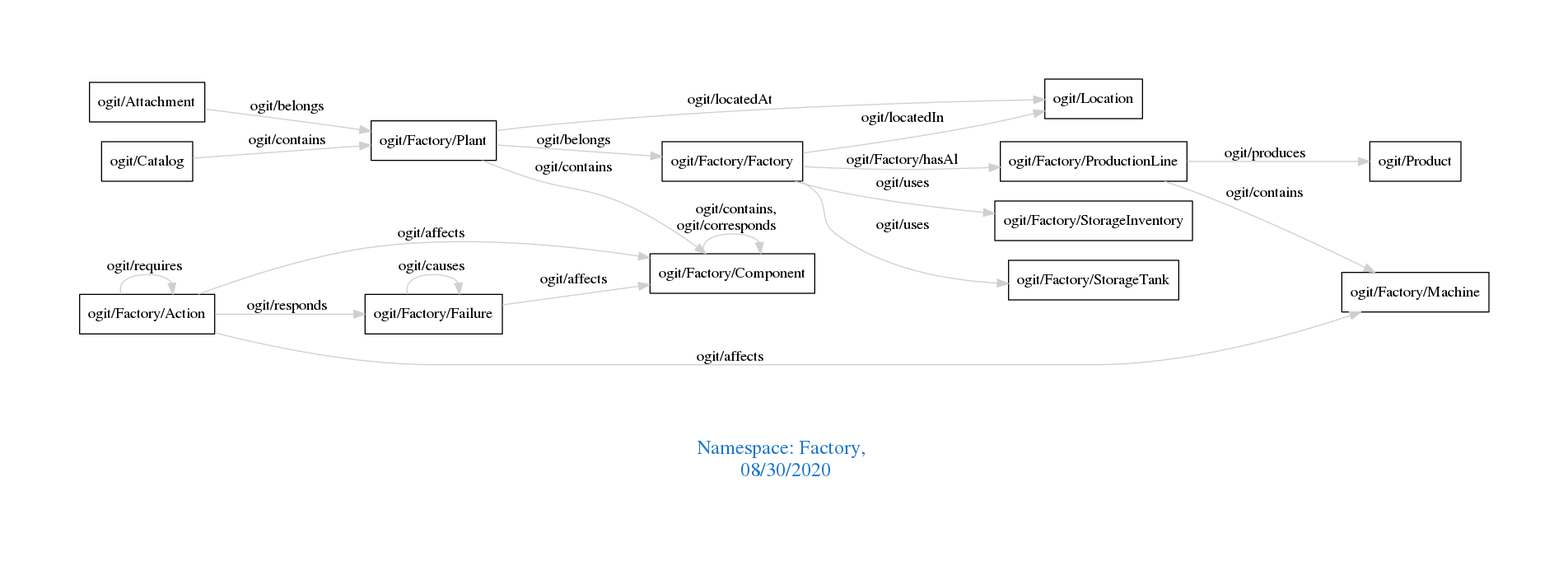
This is downloads/Factory.png from arago/OGIT, a Graphviz export, as it was before one commit. Its source is kept beside it as downloads/Factory.dot.
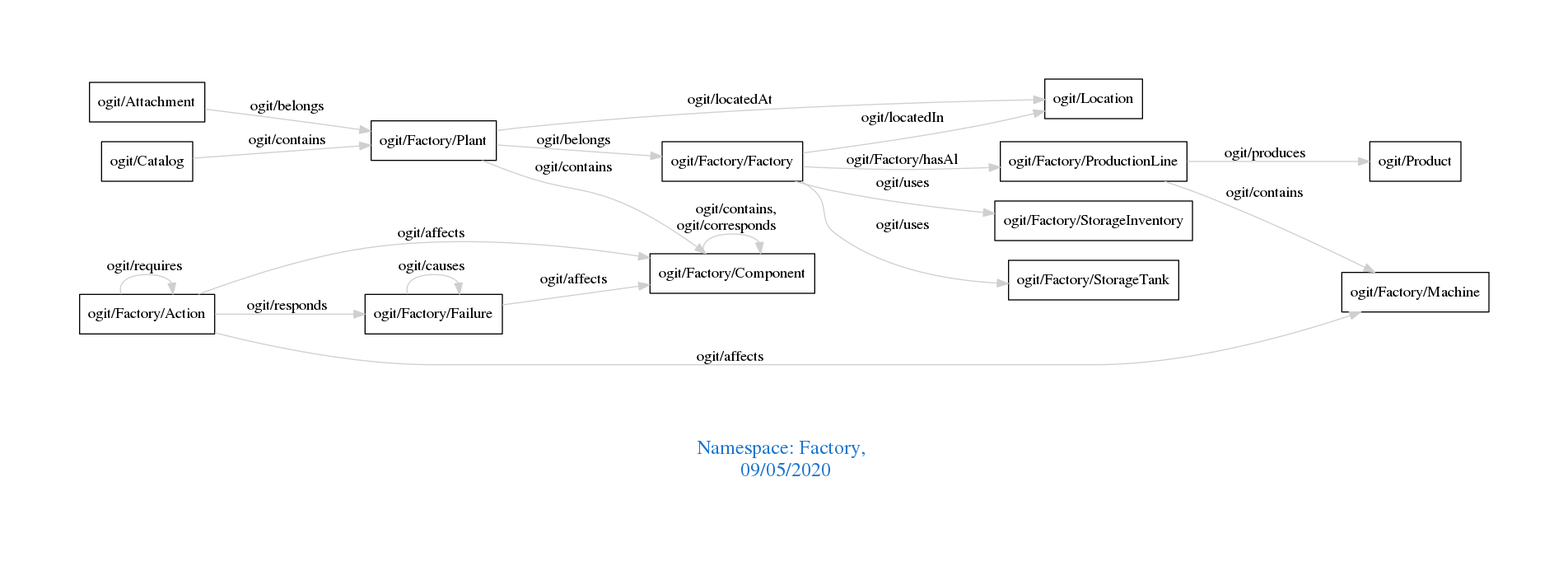
After the change.

The edit, as a diff of the source:
```diff
@@ -1,7 +1,7 @@
 digraph OGIT_ontology {
  graph [ rankdir= LR,pad=1
 fontsize = 18,
-fontcolor= dodgerblue3,label = "\n\n\nNamespace: Factory, \n 08/30/2020"];
+fontcolor= dodgerblue3,label = "\n\n\nNamespace: Factory, \n 09/05/2020"];
 node[shape=polygon];
 edge [  color="gray81"];
 
```
